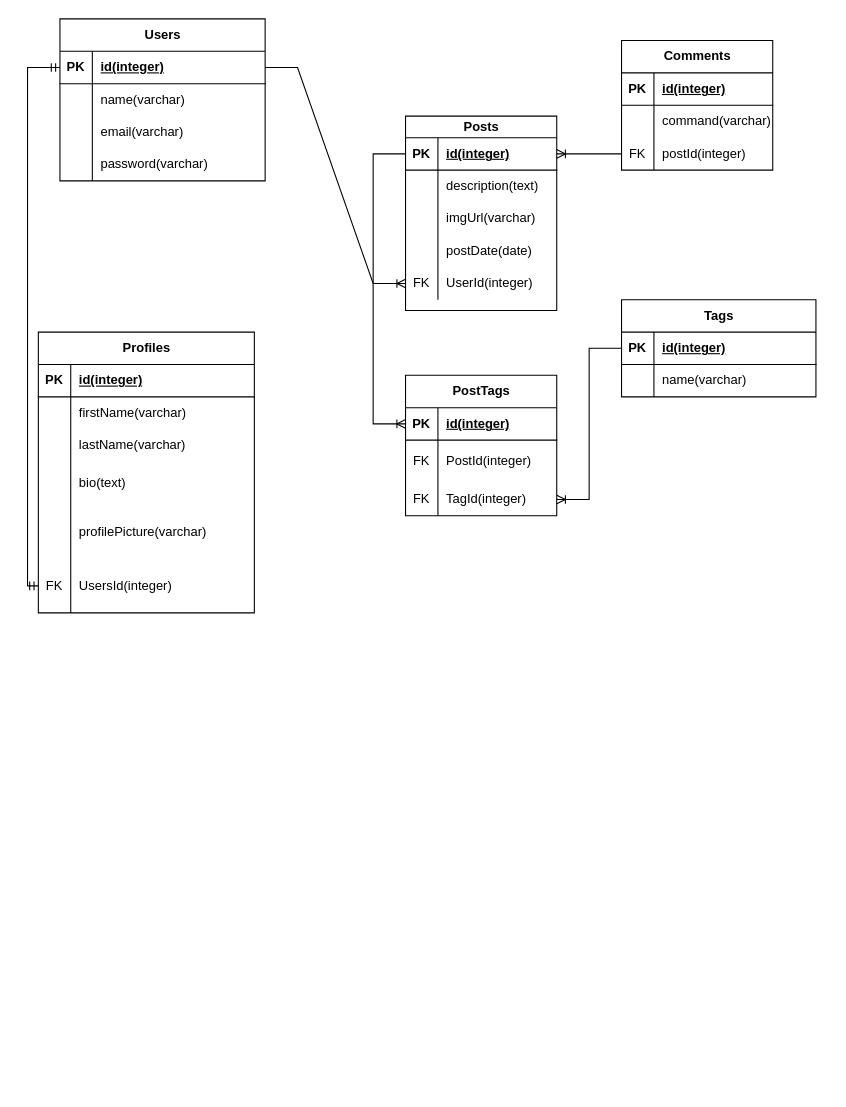
This is ERDPP.drawio from YubenB/benji-social-media, a draw.io file, before an edit. Source tidied: cells renumbered, new cells numbered last; positions are measured from the earlier drawing's top-left corner, leaving out a move shared by most shapes. Both pictures are drawn from the tidied source at 108%, with x=0, y=0 at pixel (38, 18).
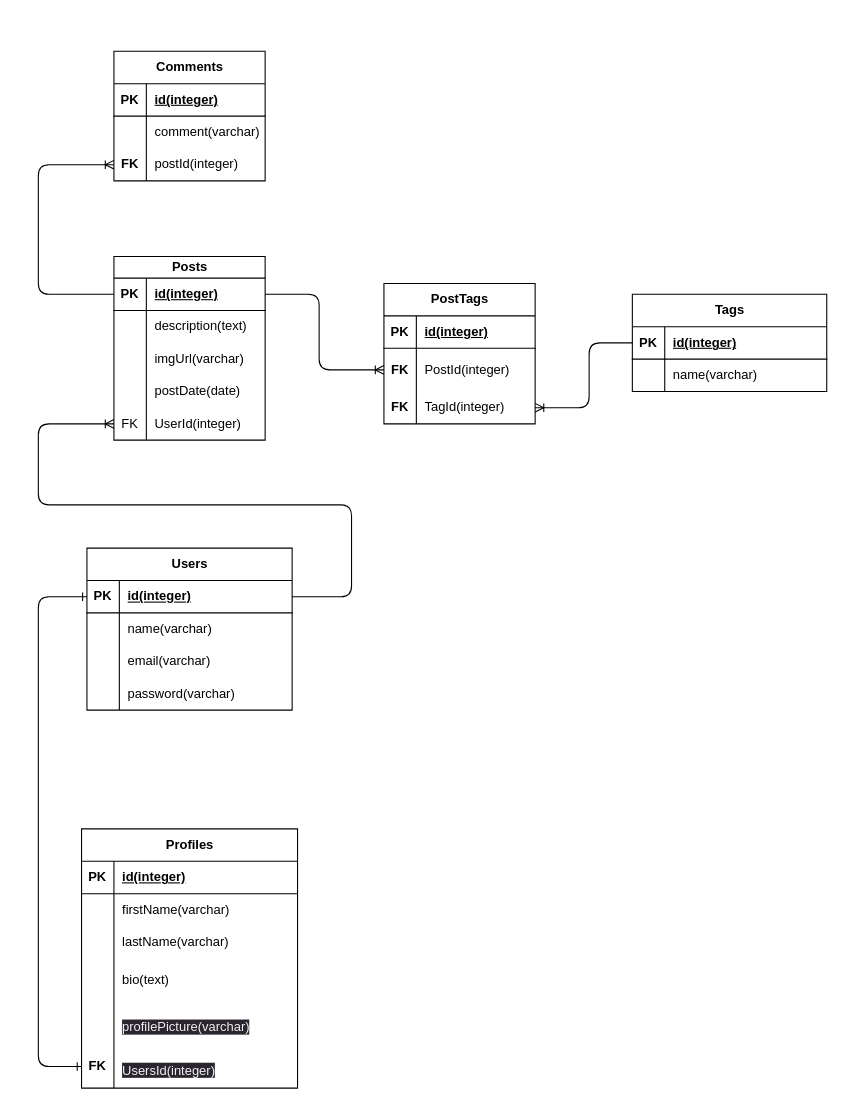
The same page after the edit.

Unchanged cells that the change refers to:
```xml
<mxCell id="3" style="shape=tableRow;horizontal=0;startSize=0;swimlaneHead=0;swimlaneBody=0;fillColor=none;points=[[0,0.5],[1,0.5]];portConstraint=eastwest;top=0;left=0;right=0;bottom=1;" parent="2" vertex="1">
  <mxGeometry y="30" width="190" height="30" as="geometry" />
</mxCell>
<mxCell id="35" style="shape=tableRow;horizontal=0;startSize=0;swimlaneHead=0;swimlaneBody=0;fillColor=none;points=[[0,0.5],[1,0.5]];portConstraint=eastwest;top=0;left=0;right=0;bottom=1;" parent="34" vertex="1">
  <mxGeometry y="20" width="140" height="30" as="geometry" />
</mxCell>
<mxCell id="47" style="shape=tableRow;horizontal=0;startSize=0;swimlaneHead=0;swimlaneBody=0;fillColor=none;points=[[0,0.5],[1,0.5]];portConstraint=eastwest;top=0;left=0;right=0;bottom=0;" parent="34" vertex="1">
  <mxGeometry y="140" width="140" height="30" as="geometry" />
</mxCell>
<mxCell id="51" style="shape=tableRow;horizontal=0;startSize=0;swimlaneHead=0;swimlaneBody=0;fillColor=none;points=[[0,0.5],[1,0.5]];portConstraint=eastwest;top=0;left=0;right=0;bottom=1;" parent="50" vertex="1">
  <mxGeometry y="30" width="140" height="30" as="geometry" />
</mxCell>
<mxCell id="54" style="shape=tableRow;horizontal=0;startSize=0;swimlaneHead=0;swimlaneBody=0;fillColor=none;points=[[0,0.5],[1,0.5]];portConstraint=eastwest;top=0;left=0;right=0;bottom=0;" parent="50" vertex="1">
  <mxGeometry y="60" width="140" height="40" as="geometry" />
</mxCell>
<mxCell id="57" style="shape=tableRow;horizontal=0;startSize=0;swimlaneHead=0;swimlaneBody=0;fillColor=none;points=[[0,0.5],[1,0.5]];portConstraint=eastwest;top=0;left=0;right=0;bottom=0;" parent="50" vertex="1">
  <mxGeometry y="100" width="140" height="30" as="geometry" />
</mxCell>
<mxCell id="64" style="shape=tableRow;horizontal=0;startSize=0;swimlaneHead=0;swimlaneBody=0;fillColor=none;top=0;left=0;right=0;bottom=0;" parent="60" vertex="1">
  <mxGeometry y="60" width="140" height="30" as="geometry" />
</mxCell>
<mxCell id="67" style="shape=tableRow;horizontal=0;startSize=0;swimlaneHead=0;swimlaneBody=0;fillColor=none;points=[[0,0.5],[1,0.5]];portConstraint=eastwest;top=0;left=0;right=0;bottom=0;" parent="60" vertex="1">
  <mxGeometry y="90" width="140" height="30" as="geometry" />
</mxCell>
<mxCell id="71" style="shape=tableRow;horizontal=0;startSize=0;swimlaneHead=0;swimlaneBody=0;fillColor=none;points=[[0,0.5],[1,0.5]];portConstraint=eastwest;top=0;left=0;right=0;bottom=1;" parent="70" vertex="1">
  <mxGeometry y="30" width="180" height="30" as="geometry" />
</mxCell>
```

Diff of the diagram source:
```diff
@@
     <mxCell id="2" value="Users" style="shape=table;startSize=30;childLayout=tableLayout;rowLines=0;fontStyle=1;align=center;html=1;" parent="1" vertex="1">
-      <mxGeometry x="20" width="190" height="150" as="geometry" />
+      <mxGeometry x="45" y="490" width="190" height="150" as="geometry" />
     </mxCell>
@@
     <mxCell id="15" value="Profiles" style="shape=table;startSize=30;childLayout=tableLayout;rowLines=0;fontStyle=1;align=center;html=1;" parent="1" vertex="1">
-      <mxGeometry y="290" width="200" height="260" as="geometry" />
+      <mxGeometry x="40" y="750" width="200" height="240" as="geometry" />
     </mxCell>
@@
-    <mxCell id="28" style="shape=tableRow;horizontal=0;startSize=0;swimlaneHead=0;swimlaneBody=0;fillColor=none;top=0;left=0;right=0;bottom=0;" parent="15" vertex="1">
-      <mxGeometry y="160" width="200" height="50" as="geometry" />
-    </mxCell>
-    <mxCell id="29" style="shape=partialRectangle;fillColor=none;top=0;left=0;bottom=0;right=0;overflow=hidden;whiteSpace=wrap;html=1;" parent="28" vertex="1">
-      <mxGeometry width="30" height="50" as="geometry" />
-    </mxCell>
+    <mxCell id="82" style="shape=tableRow;horizontal=0;startSize=0;swimlaneHead=0;swimlaneBody=0;fillColor=none;top=0;left=0;right=0;bottom=0;" parent="15" vertex="1">
+      <mxGeometry y="160" width="200" height="40" as="geometry" />
+    </mxCell>
+    <mxCell id="83" style="shape=partialRectangle;fillColor=none;top=0;left=0;bottom=0;right=0;overflow=hidden;whiteSpace=wrap;html=1;" parent="82" vertex="1">
+      <mxGeometry width="30" height="40" as="geometry" />
+    </mxCell>
-    <mxCell id="30" value="profilePicture(varchar)" style="shape=partialRectangle;fillColor=none;top=0;left=0;bottom=0;right=0;align=left;spacingLeft=6;overflow=hidden;whiteSpace=wrap;html=1;" parent="28" vertex="1">
-      <mxGeometry x="30" width="170" height="50" as="geometry" />
+    <mxCell id="30" value="&#10;&lt;span style=&quot;color: rgb(240, 240, 240); font-family: Helvetica; font-size: 12px; font-style: normal; font-variant-ligatures: normal; font-variant-caps: normal; font-weight: 400; letter-spacing: normal; orphans: 2; text-align: left; text-indent: 0px; text-transform: none; widows: 2; word-spacing: 0px; -webkit-text-stroke-width: 0px; background-color: rgb(42, 37, 47); text-decoration-thickness: initial; text-decoration-style: initial; text-decoration-color: initial; float: none; display: inline !important;&quot;&gt;profilePicture(varchar)&lt;/span&gt;&#10;&#10;" style="shape=partialRectangle;fillColor=none;top=0;left=0;bottom=0;right=0;align=left;spacingLeft=6;overflow=hidden;whiteSpace=wrap;html=1;" parent="82" vertex="1">
+      <mxGeometry x="30" width="170" height="40" as="geometry" />
     </mxCell>
-    <mxCell id="31" style="shape=tableRow;horizontal=0;startSize=0;swimlaneHead=0;swimlaneBody=0;fillColor=none;points=[[0,0.5],[1,0.5]];portConstraint=eastwest;top=0;left=0;right=0;bottom=0;" parent="15" vertex="1">
-      <mxGeometry y="210" width="200" height="50" as="geometry" />
-    </mxCell>
+    <mxCell id="84" style="shape=tableRow;horizontal=0;startSize=0;swimlaneHead=0;swimlaneBody=0;fillColor=none;points=[[0,0.5],[1,0.5]];portConstraint=eastwest;top=0;left=0;right=0;bottom=0;" parent="15" vertex="1">
+      <mxGeometry y="200" width="200" height="40" as="geometry" />
+    </mxCell>
-    <mxCell id="32" value="FK" style="shape=partialRectangle;fillColor=none;top=0;left=0;bottom=0;right=0;overflow=hidden;whiteSpace=wrap;html=1;" parent="31" vertex="1">
-      <mxGeometry width="30" height="50" as="geometry" />
+    <mxCell id="32" value="&lt;b&gt;FK&lt;/b&gt;" style="shape=partialRectangle;fillColor=none;top=0;left=0;bottom=0;right=0;overflow=hidden;whiteSpace=wrap;html=1;" parent="84" vertex="1">
+      <mxGeometry width="30" height="40" as="geometry" />
     </mxCell>
-    <mxCell id="33" value="UsersId(integer)" style="shape=partialRectangle;fillColor=none;top=0;left=0;bottom=0;right=0;align=left;spacingLeft=6;overflow=hidden;whiteSpace=wrap;html=1;" parent="31" vertex="1">
-      <mxGeometry x="30" width="170" height="50" as="geometry" />
+    <mxCell id="33" value="&#10;&lt;span style=&quot;color: rgb(240, 240, 240); font-family: Helvetica; font-size: 12px; font-style: normal; font-variant-ligatures: normal; font-variant-caps: normal; font-weight: 400; letter-spacing: normal; orphans: 2; text-align: left; text-indent: 0px; text-transform: none; widows: 2; word-spacing: 0px; -webkit-text-stroke-width: 0px; background-color: rgb(42, 37, 47); text-decoration-thickness: initial; text-decoration-style: initial; text-decoration-color: initial; float: none; display: inline !important;&quot;&gt;UsersId(integer)&lt;/span&gt;&#10;&#10;" style="shape=partialRectangle;fillColor=none;top=0;left=0;bottom=0;right=0;align=left;spacingLeft=6;overflow=hidden;whiteSpace=wrap;html=1;" parent="84" vertex="1">
+      <mxGeometry x="30" width="170" height="40" as="geometry" />
     </mxCell>
     <mxCell id="34" value="Posts" style="shape=table;startSize=20;childLayout=tableLayout;rowLines=0;fontStyle=1;align=center;html=1;" parent="1" vertex="1">
-      <mxGeometry x="340" y="90" width="140" height="180" as="geometry" />
+      <mxGeometry x="70" y="220" width="140" height="170" as="geometry" />
     </mxCell>
@@
     <mxCell id="50" value="PostTags" style="shape=table;startSize=30;childLayout=tableLayout;rowLines=0;fontStyle=1;align=center;html=1;" parent="1" vertex="1">
-      <mxGeometry x="340" y="330" width="140" height="130" as="geometry" />
+      <mxGeometry x="320" y="245" width="140" height="130" as="geometry" />
     </mxCell>
@@
-    <mxCell id="55" value="FK" style="shape=partialRectangle;fillColor=none;top=0;left=0;bottom=0;right=0;overflow=hidden;whiteSpace=wrap;html=1;" parent="54" vertex="1">
+    <mxCell id="55" value="&lt;b&gt;FK&lt;/b&gt;" style="shape=partialRectangle;fillColor=none;top=0;left=0;bottom=0;right=0;overflow=hidden;whiteSpace=wrap;html=1;" parent="54" vertex="1">
       <mxGeometry width="30" height="40" as="geometry" />
     </mxCell>
@@
-    <mxCell id="58" value="FK" style="shape=partialRectangle;fillColor=none;top=0;left=0;bottom=0;right=0;overflow=hidden;whiteSpace=wrap;html=1;" parent="57" vertex="1">
+    <mxCell id="58" value="&lt;b&gt;FK&lt;/b&gt;" style="shape=partialRectangle;fillColor=none;top=0;left=0;bottom=0;right=0;overflow=hidden;whiteSpace=wrap;html=1;" parent="57" vertex="1">
       <mxGeometry width="30" height="30" as="geometry" />
     </mxCell>
@@
     <mxCell id="60" value="Comments" style="shape=table;startSize=30;childLayout=tableLayout;rowLines=0;fontStyle=1;align=center;html=1;" parent="1" vertex="1">
-      <mxGeometry x="540" y="20" width="140" height="120" as="geometry" />
+      <mxGeometry x="70" y="30" width="140" height="120" as="geometry" />
     </mxCell>
@@
-    <mxCell id="66" value="command(varchar)" style="shape=partialRectangle;fillColor=none;top=0;left=0;bottom=0;right=0;align=left;spacingLeft=6;overflow=hidden;whiteSpace=wrap;html=1;" parent="64" vertex="1">
+    <mxCell id="66" value="comment(varchar)" style="shape=partialRectangle;fillColor=none;top=0;left=0;bottom=0;right=0;align=left;spacingLeft=6;overflow=hidden;whiteSpace=wrap;html=1;" parent="64" vertex="1">
       <mxGeometry x="30" width="110" height="30" as="geometry" />
     </mxCell>
@@
-    <mxCell id="68" value="FK" style="shape=partialRectangle;fillColor=none;top=0;left=0;bottom=0;right=0;overflow=hidden;whiteSpace=wrap;html=1;" parent="67" vertex="1">
+    <mxCell id="68" value="&lt;b&gt;FK&lt;/b&gt;" style="shape=partialRectangle;fillColor=none;top=0;left=0;bottom=0;right=0;overflow=hidden;whiteSpace=wrap;html=1;" parent="67" vertex="1">
       <mxGeometry width="30" height="30" as="geometry" />
     </mxCell>
@@
     <mxCell id="70" value="Tags" style="shape=table;startSize=30;childLayout=tableLayout;rowLines=0;fontStyle=1;align=center;html=1;" parent="1" vertex="1">
-      <mxGeometry x="540" y="260" width="180" height="90" as="geometry" />
+      <mxGeometry x="550" y="255" width="180" height="90" as="geometry" />
     </mxCell>
@@
-    <mxCell id="77" style="edgeStyle=entityRelationEdgeStyle;fontSize=12;html=1;endArrow=ERoneToMany;rounded=0;exitX=1;exitY=0.5;exitDx=0;exitDy=0;" parent="1" edge="1" source="3" target="47">
-      <mxGeometry relative="1" as="geometry" />
-    </mxCell>
-    <mxCell id="78" style="edgeStyle=elbowEdgeStyle;fontSize=12;html=1;endArrow=ERoneToMany;rounded=0;exitX=0;exitY=0.5;exitDx=0;exitDy=0;entryX=0;entryY=0.5;entryDx=0;entryDy=0;" parent="1" edge="1" source="35" target="51">
-      <mxGeometry relative="1" as="geometry">
-        <Array as="points">
-          <mxPoint x="310" y="170" />
-          <mxPoint x="300" y="150" />
-        </Array>
-      </mxGeometry>
-    </mxCell>
+    <mxCell id="85" style="edgeStyle=none;html=1;exitX=0;exitY=0.5;exitDx=0;exitDy=0;entryX=0;entryY=0.5;entryDx=0;entryDy=0;endArrow=ERone;endFill=0;startArrow=ERone;startFill=0;" parent="1" edge="1" source="84" target="3">
+      <mxGeometry relative="1" as="geometry">
+        <Array as="points">
+          <mxPoint y="970" />
+          <mxPoint y="740" />
+          <mxPoint y="630" />
+          <mxPoint y="535" />
+        </Array>
+      </mxGeometry>
+    </mxCell>
+    <mxCell id="86" style="edgeStyle=none;html=1;exitX=0;exitY=0.5;exitDx=0;exitDy=0;entryX=1;entryY=0.5;entryDx=0;entryDy=0;startArrow=ERoneToMany;startFill=0;endArrow=none;endFill=0;" parent="1" edge="1" source="47" target="3">
+      <mxGeometry relative="1" as="geometry">
+        <Array as="points">
+          <mxPoint y="375" />
+          <mxPoint y="450" />
+          <mxPoint x="290" y="450" />
+          <mxPoint x="290" y="535" />
+        </Array>
+      </mxGeometry>
+    </mxCell>
+    <mxCell id="80" style="edgeStyle=none;html=1;exitX=0;exitY=0.5;exitDx=0;exitDy=0;entryX=0;entryY=0.5;entryDx=0;entryDy=0;startArrow=ERoneToMany;startFill=0;endArrow=none;endFill=0;" parent="1" edge="1" source="67" target="35">
+      <mxGeometry relative="1" as="geometry">
+        <Array as="points">
+          <mxPoint y="135" />
+          <mxPoint y="255" />
+        </Array>
+      </mxGeometry>
+    </mxCell>
+    <mxCell id="87" style="edgeStyle=none;html=1;exitX=0;exitY=0.5;exitDx=0;exitDy=0;entryX=1;entryY=0.5;entryDx=0;entryDy=0;startArrow=ERoneToMany;startFill=0;endArrow=none;endFill=0;" parent="1" edge="1" source="54" target="35">
+      <mxGeometry relative="1" as="geometry">
+        <Array as="points">
+          <mxPoint x="260" y="325" />
+          <mxPoint x="260" y="255" />
+        </Array>
+      </mxGeometry>
+    </mxCell>
-    <mxCell id="79" style="edgeStyle=entityRelationEdgeStyle;fontSize=12;html=1;endArrow=ERoneToMany;rounded=0;entryX=1;entryY=0.5;entryDx=0;entryDy=0;exitX=0;exitY=0.5;exitDx=0;exitDy=0;" parent="1" edge="1" source="71" target="57">
+    <mxCell id="79" style="edgeStyle=none;html=1;exitX=0;exitY=0.5;exitDx=0;exitDy=0;entryX=1;entryY=0.5;entryDx=0;entryDy=0;startArrow=none;startFill=0;endArrow=ERoneToMany;endFill=0;" parent="1" edge="1" source="71" target="57">
       <mxGeometry relative="1" as="geometry">
         <Array as="points">
-          <mxPoint x="930" y="400" />
-          <mxPoint x="690" y="390" />
-          <mxPoint x="811" y="440" />
+          <mxPoint x="510" y="300" />
+          <mxPoint x="510" y="360" />
         </Array>
       </mxGeometry>
     </mxCell>
-    <mxCell id="80" style="fontSize=12;html=1;endArrow=ERoneToMany;rounded=0;exitX=0;exitY=0.5;exitDx=0;exitDy=0;entryX=1;entryY=0.5;entryDx=0;entryDy=0;" parent="1" edge="1" source="67" target="35">
-      <mxGeometry relative="1" as="geometry" />
-    </mxCell>
-    <mxCell id="81" style="edgeStyle=orthogonalEdgeStyle;fontSize=12;html=1;endArrow=ERmandOne;startArrow=ERmandOne;rounded=0;exitX=0;exitY=0.5;exitDx=0;exitDy=0;" parent="1" edge="1" source="31" target="3">
-      <mxGeometry relative="1" as="geometry" />
-    </mxCell>
```
